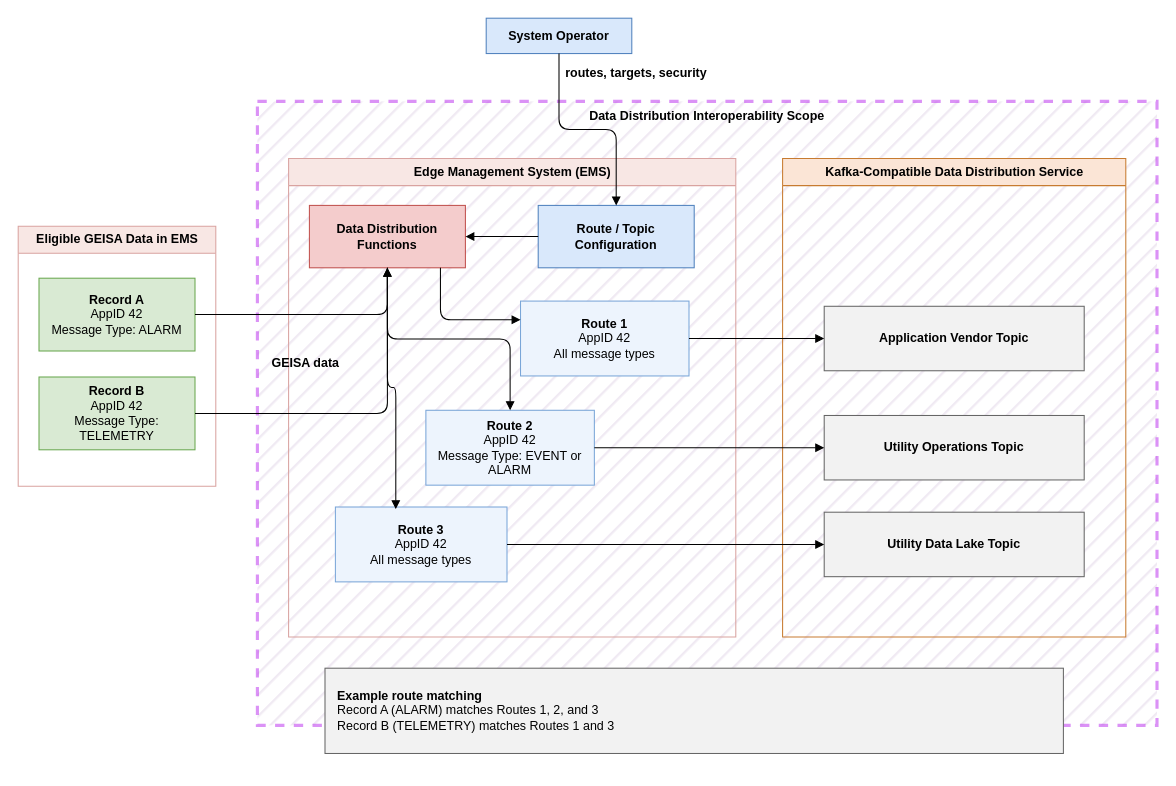
This is source/adm/data-distribution-overlapping-routes.drawio from geisa/specification, a draw.io file, before an edit. Source tidied: cells renumbered, new cells numbered last; positions are measured from the earlier drawing's top-left corner, leaving out a move shared by most shapes. Both pictures are drawn from the tidied source at 104%, with x=0, y=0 at pixel (18, 18).
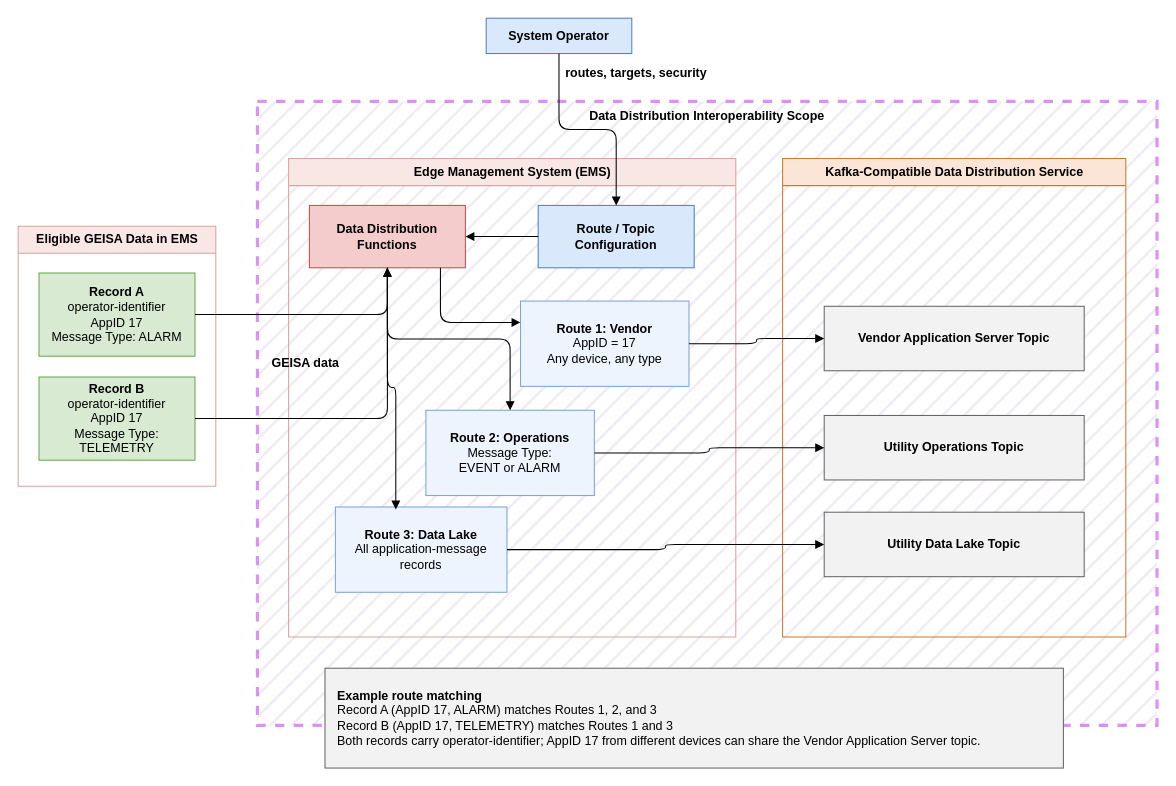
Above is the later version.

Unchanged cells that the change refers to:
```xml
<mxCell id="4" value="Eligible GEISA Data in EMS" style="swimlane;html=1;rounded=0;startSize=26;fillColor=#f8e7e4;strokeColor=#d9a3a0;fontStyle=1;" parent="1" vertex="1">
  <mxGeometry y="200" width="190" height="250" as="geometry" />
</mxCell>
<mxCell id="7" value="Edge Management System (EMS)" style="swimlane;html=1;rounded=0;startSize=26;fillColor=#f8e7e4;strokeColor=#d9a3a0;fontStyle=1;" parent="1" vertex="1">
  <mxGeometry x="260" y="135" width="430" height="460" as="geometry" />
</mxCell>
<mxCell id="18" value="Kafka-Compatible Data Distribution Service" style="swimlane;html=1;rounded=0;startSize=26;fillColor=#fbe5d6;strokeColor=#c77b30;fontStyle=1;" parent="1" vertex="1">
  <mxGeometry x="735" y="135" width="330" height="460" as="geometry" />
</mxCell>
```

Change to the diagram source:
```diff
@@
-    <mxCell id="5" value="&lt;b&gt;Record A&lt;/b&gt;&lt;br&gt;AppID 42&lt;br&gt;Message Type: ALARM" style="rounded=0;whiteSpace=wrap;html=1;fillColor=#d9ead3;strokeColor=#6aa84f;" parent="4" vertex="1">
-      <mxGeometry x="20" y="50" width="150" height="70" as="geometry" />
+    <mxCell id="5" value="&lt;b&gt;Record A&lt;/b&gt;&lt;br&gt;operator-identifier&lt;br&gt;AppID 17&lt;br&gt;Message Type: ALARM" style="rounded=0;whiteSpace=wrap;html=1;fillColor=#d9ead3;strokeColor=#6aa84f;" parent="4" vertex="1">
+      <mxGeometry x="20" y="45" width="150" height="80" as="geometry" />
     </mxCell>
-    <mxCell id="6" value="&lt;b&gt;Record B&lt;/b&gt;&lt;br&gt;AppID 42&lt;br&gt;Message Type: TELEMETRY" style="rounded=0;whiteSpace=wrap;html=1;fillColor=#d9ead3;strokeColor=#6aa84f;" parent="4" vertex="1">
-      <mxGeometry x="20" y="145" width="150" height="70" as="geometry" />
+    <mxCell id="6" value="&lt;b&gt;Record B&lt;/b&gt;&lt;br&gt;operator-identifier&lt;br&gt;AppID 17&lt;br&gt;Message Type: TELEMETRY" style="rounded=0;whiteSpace=wrap;html=1;fillColor=#d9ead3;strokeColor=#6aa84f;" parent="4" vertex="1">
+      <mxGeometry x="20" y="145" width="150" height="80" as="geometry" />
     </mxCell>
@@
-    <mxCell id="10" value="&lt;b&gt;Route 1&lt;/b&gt;&lt;br&gt;AppID 42&lt;br&gt;All message types" style="rounded=0;whiteSpace=wrap;html=1;fillColor=#edf4fd;strokeColor=#7aa6d8;" parent="7" vertex="1">
-      <mxGeometry x="223" y="137" width="162" height="72" as="geometry" />
+    <mxCell id="10" value="&lt;b&gt;Route 1: Vendor&lt;/b&gt;&lt;br&gt;AppID = 17&lt;br&gt;Any device, any type" style="rounded=0;whiteSpace=wrap;html=1;fillColor=#edf4fd;strokeColor=#7aa6d8;" parent="7" vertex="1">
+      <mxGeometry x="223" y="137" width="162" height="82" as="geometry" />
     </mxCell>
-    <mxCell id="11" value="&lt;b&gt;Route 2&lt;/b&gt;&lt;br&gt;AppID 42&lt;br&gt;Message Type: EVENT or ALARM" style="rounded=0;whiteSpace=wrap;html=1;fillColor=#edf4fd;strokeColor=#7aa6d8;" parent="7" vertex="1">
-      <mxGeometry x="132" y="242" width="162" height="72" as="geometry" />
+    <mxCell id="11" value="&lt;b&gt;Route 2: Operations&lt;/b&gt;&lt;br&gt;Message Type:&lt;br&gt;EVENT or ALARM" style="rounded=0;whiteSpace=wrap;html=1;fillColor=#edf4fd;strokeColor=#7aa6d8;" parent="7" vertex="1">
+      <mxGeometry x="132" y="242" width="162" height="82" as="geometry" />
     </mxCell>
-    <mxCell id="12" value="&lt;b&gt;Route 3&lt;/b&gt;&lt;br&gt;AppID 42&lt;br&gt;All message types" style="rounded=0;whiteSpace=wrap;html=1;fillColor=#edf4fd;strokeColor=#7aa6d8;" parent="7" vertex="1">
-      <mxGeometry x="45" y="335" width="165" height="72" as="geometry" />
+    <mxCell id="12" value="&lt;b&gt;Route 3: Data Lake&lt;/b&gt;&lt;br&gt;All application-message records" style="rounded=0;whiteSpace=wrap;html=1;fillColor=#edf4fd;strokeColor=#7aa6d8;" parent="7" vertex="1">
+      <mxGeometry x="45" y="335" width="165" height="82" as="geometry" />
     </mxCell>
@@
-    <mxCell id="19" value="Application Vendor Topic" style="rounded=0;whiteSpace=wrap;html=1;fillColor=#f2f2f2;strokeColor=#666666;fontStyle=1;" parent="18" vertex="1">
+    <mxCell id="19" value="Vendor Application Server Topic" style="rounded=0;whiteSpace=wrap;html=1;fillColor=#f2f2f2;strokeColor=#666666;fontStyle=1;" parent="18" vertex="1">
       <mxGeometry x="40" y="142" width="250" height="62" as="geometry" />
     </mxCell>
@@
-    <mxCell id="22" value="&lt;b&gt;Example route matching&lt;/b&gt;&lt;br&gt;Record A (ALARM) matches Routes 1, 2, and 3&lt;br&gt;Record B (TELEMETRY) matches Routes 1 and 3" style="rounded=0;whiteSpace=wrap;html=1;fillColor=#f2f2f2;strokeColor=#666666;align=left;spacingLeft=10;" parent="1" vertex="1">
-      <mxGeometry x="295" y="625" width="710" height="82" as="geometry" />
+    <mxCell id="22" value="&lt;b&gt;Example route matching&lt;/b&gt;&lt;br&gt;Record A (AppID 17, ALARM) matches Routes 1, 2, and 3&lt;br&gt;Record B (AppID 17, TELEMETRY) matches Routes 1 and 3&lt;br&gt;Both records carry operator-identifier; AppID 17 from different devices can share the Vendor Application Server topic." style="rounded=0;whiteSpace=wrap;html=1;fillColor=#f2f2f2;strokeColor=#666666;align=left;spacingLeft=10;" parent="1" vertex="1">
+      <mxGeometry x="295" y="625" width="710" height="96" as="geometry" />
     </mxCell>
```
